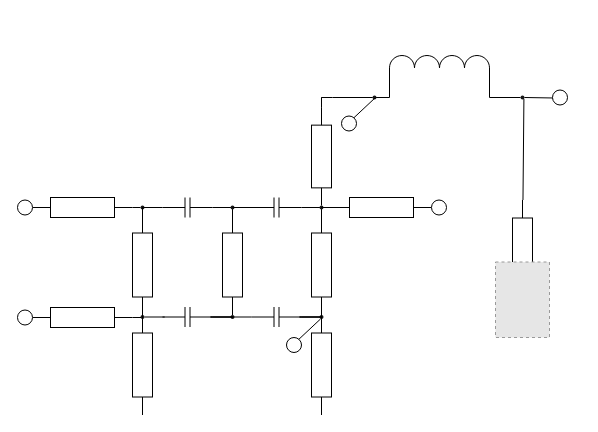
Above: MULTISTAGE IMPULSE GENERATOR.drawio in mt-perform/schematics (draw.io), before the change. Source tidied: cells renumbered, new cells numbered last; positions are measured from the earlier drawing's top-left corner, leaving out a move shared by most shapes. Both pictures are drawn from the tidied source at 100%, with x=0, y=0 at pixel (17, 55). Pictures stored in the file or linked from it are replaced by grey dashed boxes.
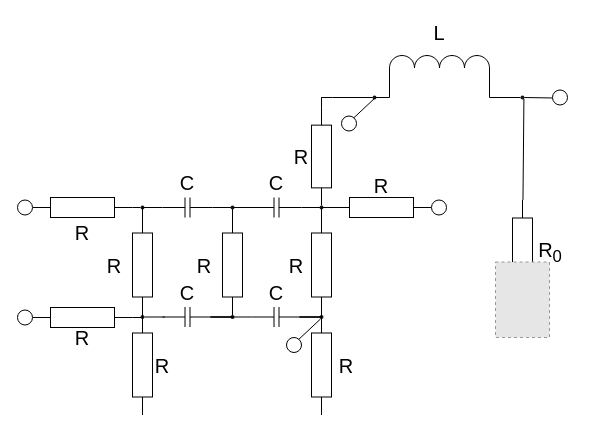
After the change.

Commit message (it also covers changes not shown here):
MULTISTAGE IMPULSE GENERATOR.drawio を更新します

Change to the diagram source:
```diff
@@
+    <mxCell id="57" value="R" style="text;html=1;strokeColor=none;fillColor=none;align=center;verticalAlign=middle;whiteSpace=wrap;rounded=0;fontSize=20;" parent="1" vertex="1">
+      <mxGeometry x="35" y="267" width="60" height="30" as="geometry" />
+    </mxCell>
+    <mxCell id="58" value="R" style="text;html=1;strokeColor=none;fillColor=none;align=center;verticalAlign=middle;whiteSpace=wrap;rounded=0;fontSize=20;" parent="1" vertex="1">
+      <mxGeometry x="35" y="162" width="60" height="30" as="geometry" />
+    </mxCell>
+    <mxCell id="59" value="R" style="text;html=1;strokeColor=none;fillColor=none;align=center;verticalAlign=middle;whiteSpace=wrap;rounded=0;fontSize=20;" parent="1" vertex="1">
+      <mxGeometry x="67" y="194.5" width="60" height="30" as="geometry" />
+    </mxCell>
+    <mxCell id="60" value="R" style="text;html=1;strokeColor=none;fillColor=none;align=center;verticalAlign=middle;whiteSpace=wrap;rounded=0;fontSize=20;" parent="1" vertex="1">
+      <mxGeometry x="115" y="294.5" width="60" height="30" as="geometry" />
+    </mxCell>
+    <mxCell id="61" value="R" style="text;html=1;strokeColor=none;fillColor=none;align=center;verticalAlign=middle;whiteSpace=wrap;rounded=0;fontSize=20;" parent="1" vertex="1">
+      <mxGeometry x="254" y="86" width="60" height="30" as="geometry" />
+    </mxCell>
+    <mxCell id="62" value="R" style="text;html=1;strokeColor=none;fillColor=none;align=center;verticalAlign=middle;whiteSpace=wrap;rounded=0;fontSize=20;" parent="1" vertex="1">
+      <mxGeometry x="157" y="194.5" width="60" height="30" as="geometry" />
+    </mxCell>
+    <mxCell id="63" value="R" style="text;html=1;strokeColor=none;fillColor=none;align=center;verticalAlign=middle;whiteSpace=wrap;rounded=0;fontSize=20;" parent="1" vertex="1">
+      <mxGeometry x="249" y="194.5" width="60" height="30" as="geometry" />
+    </mxCell>
+    <mxCell id="64" value="R" style="text;html=1;strokeColor=none;fillColor=none;align=center;verticalAlign=middle;whiteSpace=wrap;rounded=0;fontSize=20;" parent="1" vertex="1">
+      <mxGeometry x="299" y="294.5" width="60" height="30" as="geometry" />
+    </mxCell>
+    <mxCell id="65" value="R" style="text;html=1;strokeColor=none;fillColor=none;align=center;verticalAlign=middle;whiteSpace=wrap;rounded=0;fontSize=20;" parent="1" vertex="1">
+      <mxGeometry x="334" y="114.5" width="60" height="30" as="geometry" />
+    </mxCell>
+    <mxCell id="66" value="C" style="text;html=1;strokeColor=none;fillColor=none;align=center;verticalAlign=middle;whiteSpace=wrap;rounded=0;fontSize=20;" parent="1" vertex="1">
+      <mxGeometry x="140" y="221.5" width="60" height="30" as="geometry" />
+    </mxCell>
+    <mxCell id="67" value="&lt;div&gt;R&lt;sub&gt;0&lt;/sub&gt;&lt;/div&gt;" style="text;html=1;strokeColor=none;fillColor=none;align=center;verticalAlign=middle;whiteSpace=wrap;rounded=0;fontSize=20;" parent="1" vertex="1">
+      <mxGeometry x="503" y="182" width="60" height="30" as="geometry" />
+    </mxCell>
+    <mxCell id="68" value="L" style="text;html=1;strokeColor=none;fillColor=none;align=center;verticalAlign=middle;whiteSpace=wrap;rounded=0;fontSize=20;" parent="1" vertex="1">
+      <mxGeometry x="392" y="-38" width="60" height="30" as="geometry" />
+    </mxCell>
+    <mxCell id="69" value="C" style="text;html=1;strokeColor=none;fillColor=none;align=center;verticalAlign=middle;whiteSpace=wrap;rounded=0;fontSize=20;" parent="1" vertex="1">
+      <mxGeometry x="229" y="222" width="60" height="30" as="geometry" />
+    </mxCell>
+    <mxCell id="70" value="C" style="text;html=1;strokeColor=none;fillColor=none;align=center;verticalAlign=middle;whiteSpace=wrap;rounded=0;fontSize=20;" parent="1" vertex="1">
+      <mxGeometry x="140" y="112" width="60" height="30" as="geometry" />
+    </mxCell>
+    <mxCell id="71" value="C" style="text;html=1;strokeColor=none;fillColor=none;align=center;verticalAlign=middle;whiteSpace=wrap;rounded=0;fontSize=20;" parent="1" vertex="1">
+      <mxGeometry x="229" y="112" width="60" height="30" as="geometry" />
+    </mxCell>
```
